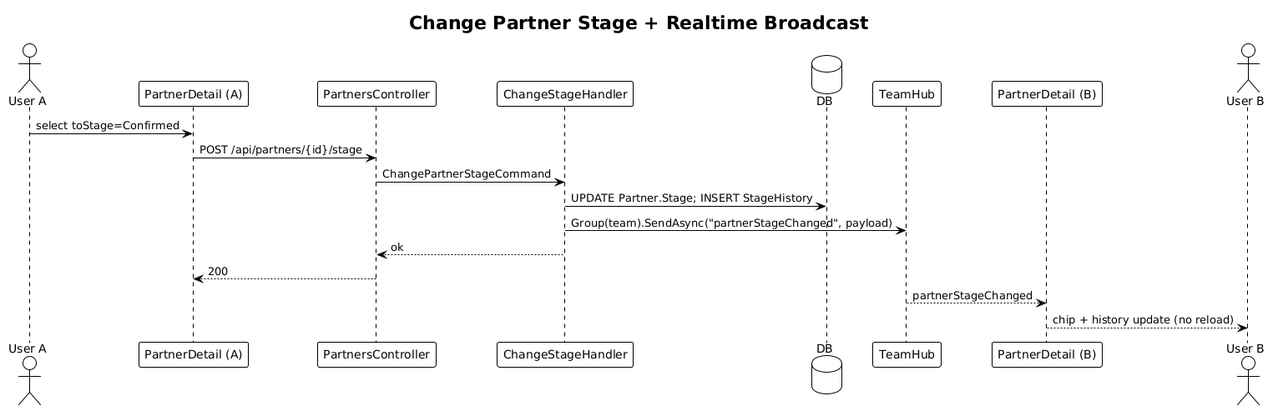
The PlantUML diagram docs/detailed-designs/16-partner-funnel/diagrams/sequence_stage.png in QuinntyneBrown/TheUpperRoom, before a commit.
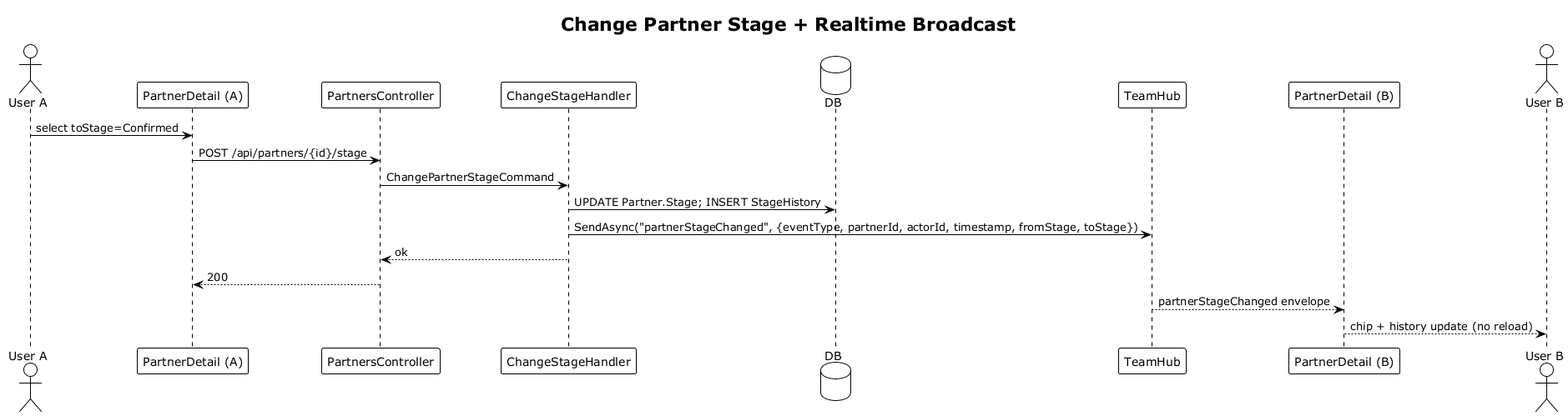
After the change.

Change to the diagram source:
```diff
@@ -1,4 +1,4 @@
-@startuml
+@startuml sequence_stage
 !theme plain
 title Change Partner Stage + Realtime Broadcast
 
@@ -15,10 +15,10 @@
 PA -> C: POST /api/partners/{id}/stage
 C -> H: ChangePartnerStageCommand
 H -> DB: UPDATE Partner.Stage; INSERT StageHistory
-H -> Hub: Group(team).SendAsync("partnerStageChanged", payload)
+H -> Hub: SendAsync("partnerStageChanged", {eventType, partnerId, actorId, timestamp, fromStage, toStage})
 H --> C: ok
 C --> PA: 200
 
-Hub --> PB: partnerStageChanged
+Hub --> PB: partnerStageChanged envelope
 PB --> B: chip + history update (no reload)
 @enduml
```
